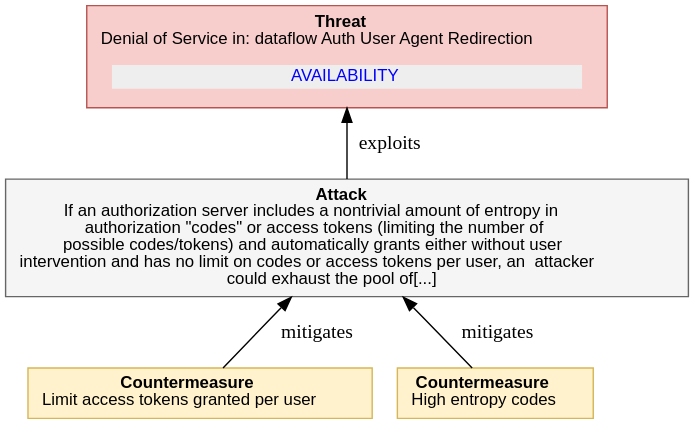
Earlier version of the PlantUML export report-examples/OAuth2/img/threatTree/4_4_1_11_DOS_TOKEN_ENTROPY.svg (DavidCervigni/threat-models). Its source is kept beside it as report-examples/OAuth2/img/threatTree/4_4_1_11_DOS_TOKEN_ENTROPY.puml. The source it was exported from:
```plantuml
@startuml
digraph G {
rankdir="BT";
  node [shape=plaintext, fontname="Arial" fontsize="12"];
    "4_4_1_11_DOS_TOKEN_ENTROPY" [ fillcolor="#F8CECC", style=filled, shape=polygon, color="#B85450"
    label=
    <<table border="0" cellborder="0" cellspacing="0">
     <tr><td align="center"><b>Threat</b><br/>

Denial of Service in: dataflow Auth User Agent Redirection
</td></tr>
     <tr><td><table border="0" cellborder="0" cellspacing="8"><tr>
                ret += secObj.linkedImpactMDText()
     <td align="center" href="#OAuth2.AVAILABILITY" bgcolor="#EEEEEE"><font color="blue">AVAILABILITY</font></td>
     </tr></table></td></tr>
   </table>>
   ];

"4_4_1_11_DOS_TOKEN_ENTROPY_attack" [ fillcolor="#f5f5f5", style=filled, shape=polygon, color="#666666", label =
    <<table border="0" cellborder="0" cellspacing="0">
     <tr><td align="center"><b>Attack</b><br/>

If an authorization server includes a nontrivial amount of entropy in<br/>authorization &quot;codes&quot; or access tokens (limiting the number of<br/>possible codes/tokens) and automatically grants either without user<br/>intervention and has no limit on codes or access tokens per user, an  attacker<br/>could exhaust the pool of[...]
</td></tr>
   </table>>
    ]

"4_4_1_11_DOS_TOKEN_ENTROPY_attack" -> "4_4_1_11_DOS_TOKEN_ENTROPY"  [label = " exploits"]

    "4_4_1_11_DOS_TOKEN_ENTROPY_countermeasure0" [
       fillcolor="#FFF2CC", style=filled, shape=polygon, color="#D6B656", label =
    <<table border="0" cellborder="0" cellspacing="0">
     <tr><td align="left"><b>Countermeasure</b><br/>

Limit access tokens granted per user
</td></tr>
   </table>>
   ]

     "4_4_1_11_DOS_TOKEN_ENTROPY_countermeasure0" -> "4_4_1_11_DOS_TOKEN_ENTROPY_attack" [label = " mitigates"]

    "4_4_1_11_DOS_TOKEN_ENTROPY_countermeasure1" [
       fillcolor="#FFF2CC", style=filled, shape=polygon, color="#D6B656", label =
    <<table border="0" cellborder="0" cellspacing="0">
     <tr><td align="left"><b>Countermeasure</b><br/>

High entropy codes
</td></tr>
   </table>>
   ]

     "4_4_1_11_DOS_TOKEN_ENTROPY_countermeasure1" -> "4_4_1_11_DOS_TOKEN_ENTROPY_attack" [label = " mitigates"]

}
@enduml
```
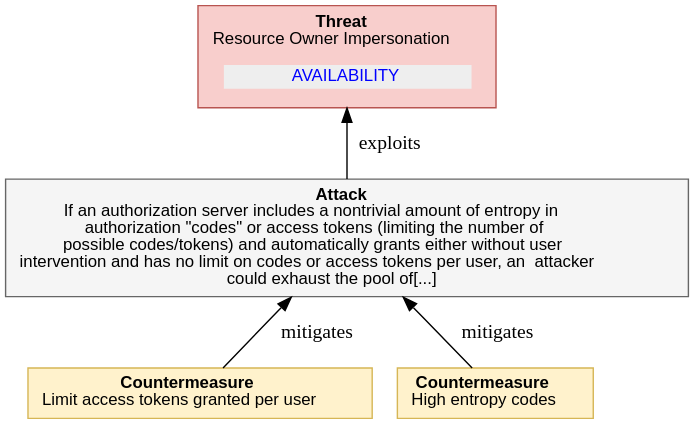
Above is the later version.

The edit, as a diff of the source:
```diff
@@ -7,7 +7,7 @@
     <<table border="0" cellborder="0" cellspacing="0">
      <tr><td align="center"><b>Threat</b><br/>
 
-Denial of Service in: dataflow Auth User Agent Redirection
+Resource Owner Impersonation
 </td></tr>
      <tr><td><table border="0" cellborder="0" cellspacing="8"><tr>
                 ret += secObj.linkedImpactMDText()
```
